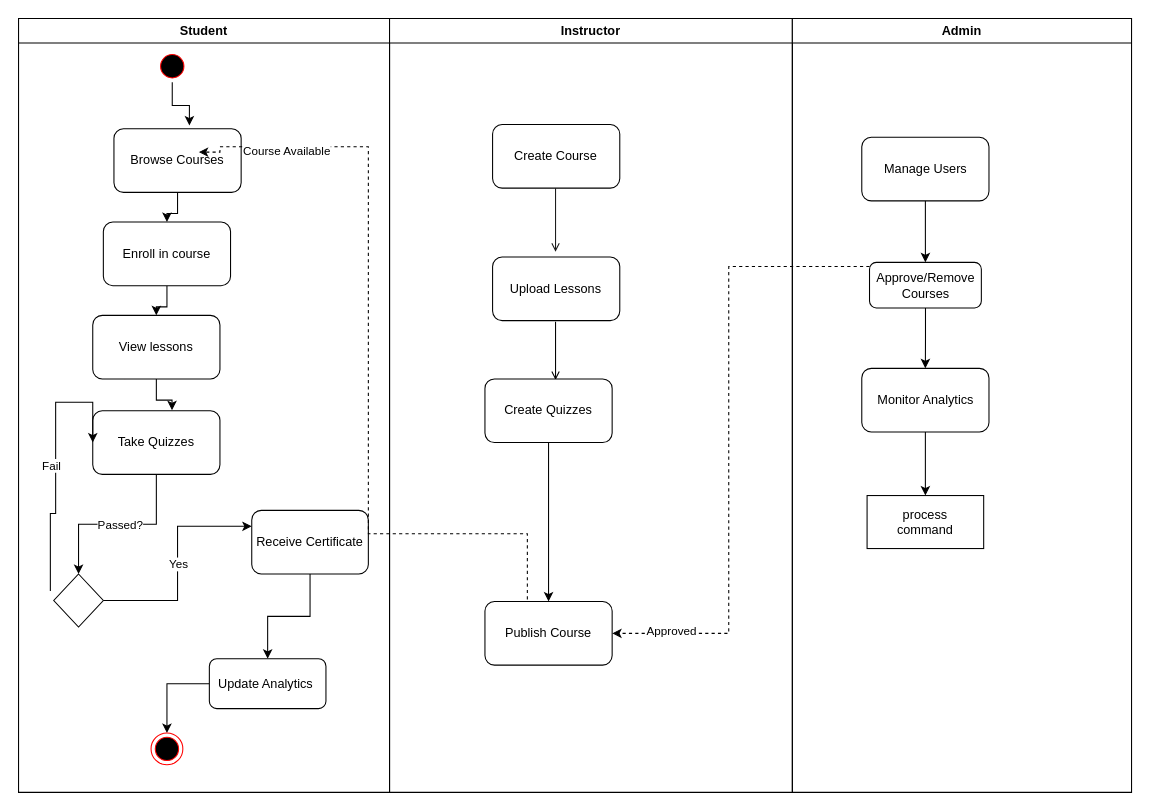
Ayman71/SkillForge-UML-Design keeps this draw.io diagram as EnrollCourseActivity.drawio. Above is the earlier version. Source tidied: cells renumbered, new cells numbered last; positions are measured from the earlier drawing's top-left corner, leaving out a move shared by most shapes. Both pictures are drawn from the tidied source at 106%, with x=0, y=0 at pixel (18, 18).
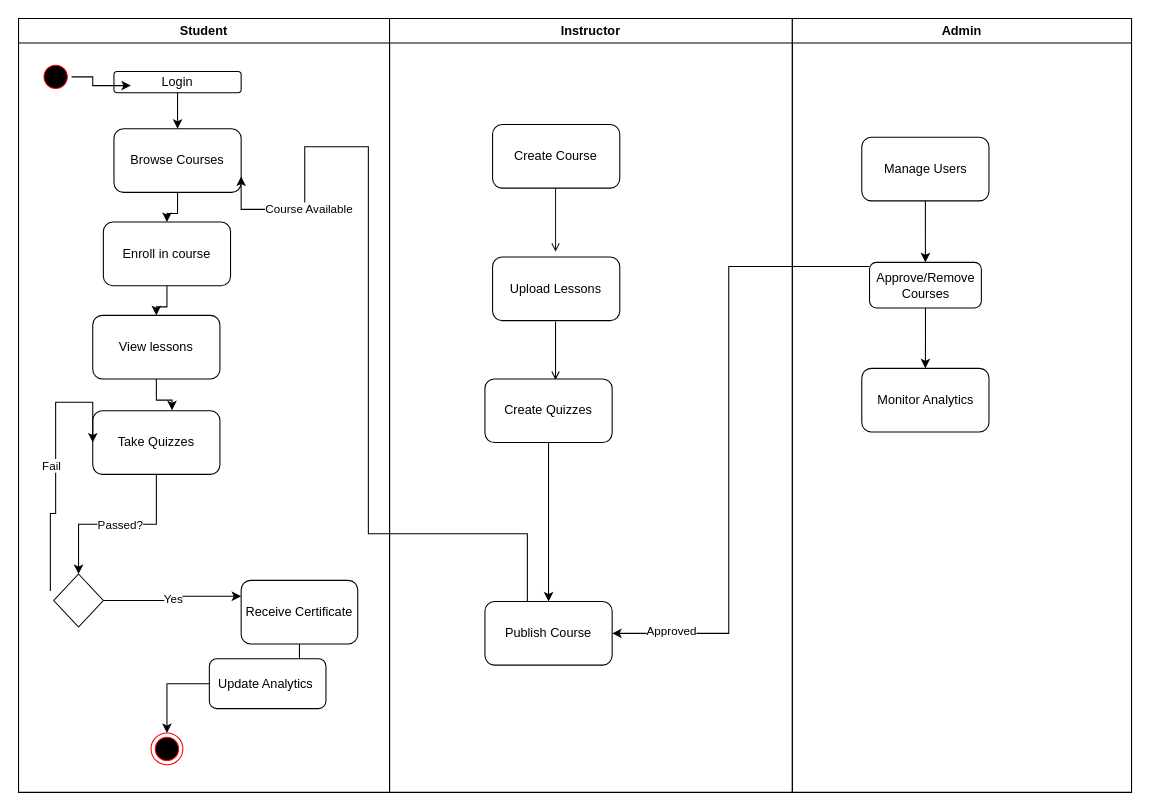
The same page after the edit.

The change refers to these unchanged cells:
```xml
<mxCell id="2" value="Student" style="swimlane;whiteSpace=wrap;" parent="1" vertex="1">
  <mxGeometry width="350" height="730" as="geometry" />
</mxCell>
<mxCell id="17" value="Browse Courses" style="rounded=1;whiteSpace=wrap;html=1;" parent="2" vertex="1">
  <mxGeometry x="90" y="104" width="120" height="60" as="geometry" />
</mxCell>
<mxCell id="25" value="Instructor" style="swimlane;whiteSpace=wrap;" parent="1" vertex="1">
  <mxGeometry x="350" width="380" height="730" as="geometry" />
</mxCell>
<mxCell id="33" value="Publish Course" style="rounded=1;whiteSpace=wrap;html=1;" parent="25" vertex="1">
  <mxGeometry x="90" y="550" width="120" height="60" as="geometry" />
</mxCell>
<mxCell id="36" value="Admin" style="swimlane;whiteSpace=wrap;startSize=23;" parent="25" vertex="1">
  <mxGeometry x="380" width="320" height="730" as="geometry" />
</mxCell>
<mxCell id="39" value="Monitor Analytics" style="rounded=1;whiteSpace=wrap;html=1;" parent="36" vertex="1">
  <mxGeometry x="65.5" y="330" width="120" height="60" as="geometry" />
</mxCell>
<mxCell id="43" value="Approve/Remove Courses" style="rounded=1;whiteSpace=wrap;html=1;" parent="36" vertex="1">
  <mxGeometry x="72.8" y="230" width="105.5" height="43" as="geometry" />
</mxCell>
```

What changed in the source:
```diff
@@
     <mxCell id="3" style="ellipse;shape=startState;fillColor=#000000;strokeColor=#ff0000;" parent="2" vertex="1">
-      <mxGeometry x="130" y="30" width="30" height="30" as="geometry" />
+      <mxGeometry x="20" y="40" width="30" height="30" as="geometry" />
     </mxCell>
@@
     <mxCell id="19" value="Receive Certificate" style="rounded=1;whiteSpace=wrap;html=1;" parent="2" vertex="1">
-      <mxGeometry x="220" y="464" width="110" height="60" as="geometry" />
+      <mxGeometry x="210" y="530" width="110" height="60" as="geometry" />
     </mxCell>
@@
-    <mxCell id="23" style="edgeStyle=orthogonalEdgeStyle;shape=connector;rounded=0;jettySize=auto;html=1;entryX=0.593;entryY=-0.052;entryDx=0;entryDy=0;entryPerimeter=0;strokeColor=default;align=center;verticalAlign=middle;fontFamily=Helvetica;fontSize=11;fontColor=default;labelBackgroundColor=default;endArrow=classic;" parent="2" edge="1" source="3" target="17">
-      <mxGeometry relative="1" as="geometry" />
-    </mxCell>
@@
+    <mxCell id="46" style="edgeStyle=orthogonalEdgeStyle;shape=connector;rounded=0;jettySize=auto;html=1;entryX=0.5;entryY=0;entryDx=0;entryDy=0;strokeColor=default;align=center;verticalAlign=middle;fontFamily=Helvetica;fontSize=11;fontColor=default;labelBackgroundColor=default;endArrow=classic;" parent="2" edge="1" source="47" target="17">
+      <mxGeometry relative="1" as="geometry" />
+    </mxCell>
+    <mxCell id="47" value="Login" style="rounded=1;whiteSpace=wrap;html=1;" parent="2" vertex="1">
+      <mxGeometry x="90" y="50" width="120" height="20" as="geometry" />
+    </mxCell>
+    <mxCell id="48" style="edgeStyle=orthogonalEdgeStyle;shape=connector;rounded=0;jettySize=auto;html=1;entryX=0.133;entryY=0.663;entryDx=0;entryDy=0;entryPerimeter=0;strokeColor=default;align=center;verticalAlign=middle;fontFamily=Helvetica;fontSize=11;fontColor=default;labelBackgroundColor=default;endArrow=classic;" parent="2" edge="1" source="3" target="47">
+      <mxGeometry relative="1" as="geometry" />
+    </mxCell>
@@
-    <mxCell id="34" style="edgeStyle=orthogonalEdgeStyle;shape=connector;rounded=0;jettySize=auto;html=1;entryX=1;entryY=0.5;entryDx=0;entryDy=0;strokeColor=default;align=center;verticalAlign=middle;fontFamily=Helvetica;fontSize=11;fontColor=default;labelBackgroundColor=default;endArrow=classic;dashed=1;exitX=0.25;exitY=0;exitDx=0;exitDy=0;" parent="25" edge="1" source="33">
-      <mxGeometry relative="1" as="geometry">
-        <mxPoint x="-180" y="126" as="targetPoint" />
-        <Array as="points">
-          <mxPoint x="130" y="550" />
-          <mxPoint x="130" y="486" />
-          <mxPoint x="-20" y="486" />
-          <mxPoint x="-20" y="121" />
-          <mxPoint x="-160" y="121" />
-          <mxPoint x="-160" y="126" />
-        </Array>
-      </mxGeometry>
-    </mxCell>
-    <mxCell id="35" value="Course Available" style="edgeLabel;html=1;align=center;verticalAlign=middle;fontFamily=Helvetica;fontSize=11;fontColor=default;labelBackgroundColor=default;" parent="34" vertex="1">
-      <mxGeometry x="0.77" y="3" relative="1" as="geometry" />
-    </mxCell>
@@
-    <mxCell id="37" value="process&#10;command" parent="36" vertex="1">
-      <mxGeometry x="70.5" y="450" width="110" height="50" as="geometry" />
-    </mxCell>
-    <mxCell id="38" style="edgeStyle=orthogonalEdgeStyle;shape=connector;rounded=0;jettySize=auto;html=1;entryX=0.5;entryY=0;entryDx=0;entryDy=0;strokeColor=default;align=center;verticalAlign=middle;fontFamily=Helvetica;fontSize=11;fontColor=default;labelBackgroundColor=default;endArrow=classic;" parent="36" edge="1" source="39" target="37">
-      <mxGeometry relative="1" as="geometry" />
-    </mxCell>
@@
-    <mxCell id="44" style="edgeStyle=orthogonalEdgeStyle;shape=connector;rounded=0;jettySize=auto;html=1;entryX=1;entryY=0.5;entryDx=0;entryDy=0;strokeColor=default;align=center;verticalAlign=middle;fontFamily=Helvetica;fontSize=11;fontColor=default;labelBackgroundColor=default;endArrow=classic;dashed=1;" parent="25" edge="1" source="43" target="33">
+    <mxCell id="44" style="edgeStyle=orthogonalEdgeStyle;shape=connector;rounded=0;jettySize=auto;html=1;entryX=1;entryY=0.5;entryDx=0;entryDy=0;strokeColor=default;align=center;verticalAlign=middle;fontFamily=Helvetica;fontSize=11;fontColor=default;labelBackgroundColor=default;endArrow=classic;" parent="25" edge="1" source="43" target="33">
       <mxGeometry relative="1" as="geometry">
         <Array as="points">
           <mxPoint x="320" y="234" />
           <mxPoint x="320" y="580" />
         </Array>
       </mxGeometry>
     </mxCell>
@@
+    <mxCell id="34" style="edgeStyle=orthogonalEdgeStyle;shape=connector;rounded=0;jettySize=auto;html=1;strokeColor=default;align=center;verticalAlign=middle;fontFamily=Helvetica;fontSize=11;fontColor=default;labelBackgroundColor=default;endArrow=classic;exitX=0.25;exitY=0;exitDx=0;exitDy=0;entryX=1;entryY=0.75;entryDx=0;entryDy=0;" parent="1" edge="1" source="33" target="17">
+      <mxGeometry relative="1" as="geometry">
+        <Array as="points">
+          <mxPoint x="480" y="550" />
+          <mxPoint x="480" y="486" />
+          <mxPoint x="330" y="486" />
+          <mxPoint x="330" y="121" />
+          <mxPoint x="270" y="121" />
+          <mxPoint x="270" y="180" />
+          <mxPoint x="210" y="180" />
+        </Array>
+      </mxGeometry>
+    </mxCell>
+    <mxCell id="35" value="Course Available" style="edgeLabel;html=1;align=center;verticalAlign=middle;fontFamily=Helvetica;fontSize=11;fontColor=default;labelBackgroundColor=default;" parent="34" vertex="1">
+      <mxGeometry x="0.77" y="3" relative="1" as="geometry" />
+    </mxCell>
```
